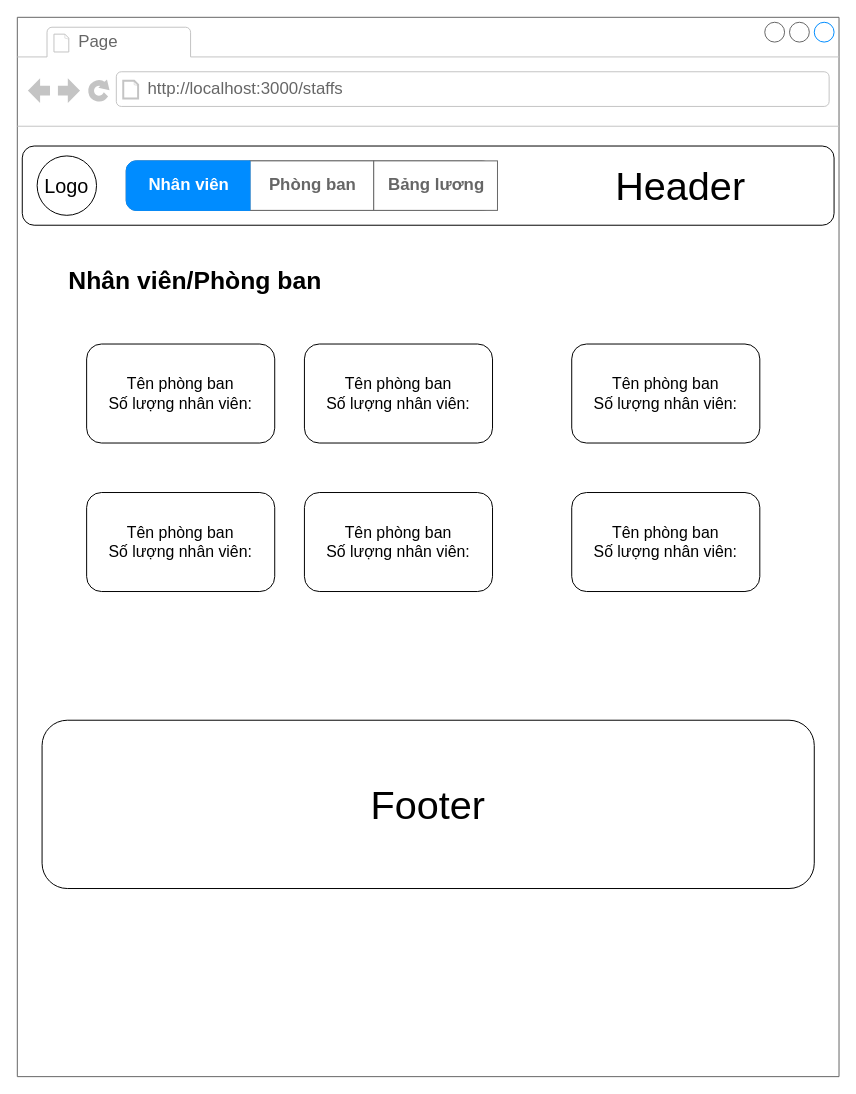
The draw.io diagram draw/department.drawio in Doanhbn2001/FUNIXREACTJSASM, before the edit. Source tidied: cells renumbered, new cells numbered last; positions are measured from the earlier drawing's top-left corner, leaving out a move shared by most shapes. Both pictures are drawn from the tidied source at 99%, with x=0, y=0 at pixel (17, 17).
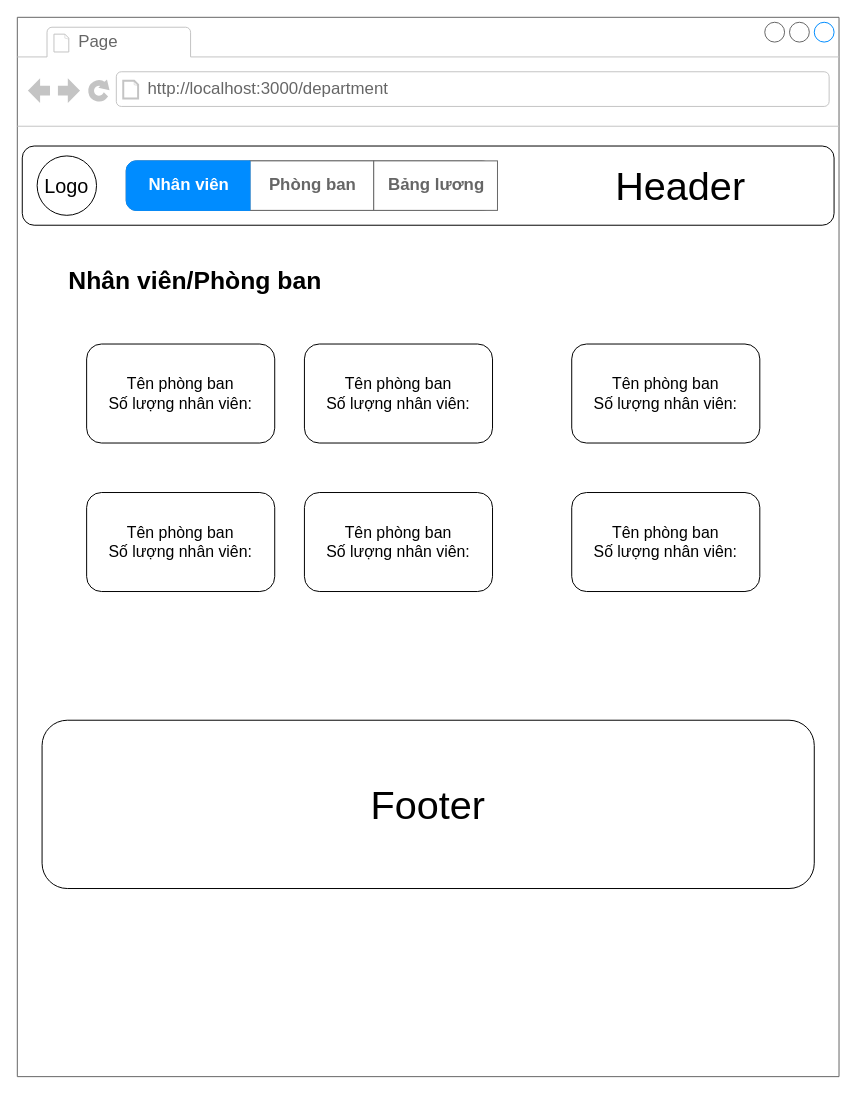
The same page after the edit.

The change refers to these unchanged cells:
```xml
<mxCell id="2" style="strokeWidth=1;shadow=0;dashed=0;align=center;html=1;shape=mxgraph.mockup.containers.browserWindow;rSize=0;strokeColor=#666666;strokeColor2=#008cff;strokeColor3=#c4c4c4;mainText=,;" parent="1" vertex="1">
  <mxGeometry width="830" height="1070" as="geometry" />
</mxCell>
```

Diff of the diagram source:
```diff
@@
-    <mxCell id="4" value="http://localhost:3000/staffs" style="strokeWidth=1;shadow=0;dashed=0;align=center;html=1;shape=mxgraph.mockup.containers.anchor;rSize=0;fontSize=17;fontColor=#666666;align=left;" parent="2" vertex="1">
+    <mxCell id="4" value="http://localhost:3000/department" style="strokeWidth=1;shadow=0;dashed=0;align=center;html=1;shape=mxgraph.mockup.containers.anchor;rSize=0;fontSize=17;fontColor=#666666;align=left;" parent="2" vertex="1">
       <mxGeometry x="130" y="60" width="250" height="26" as="geometry" />
     </mxCell>
```
